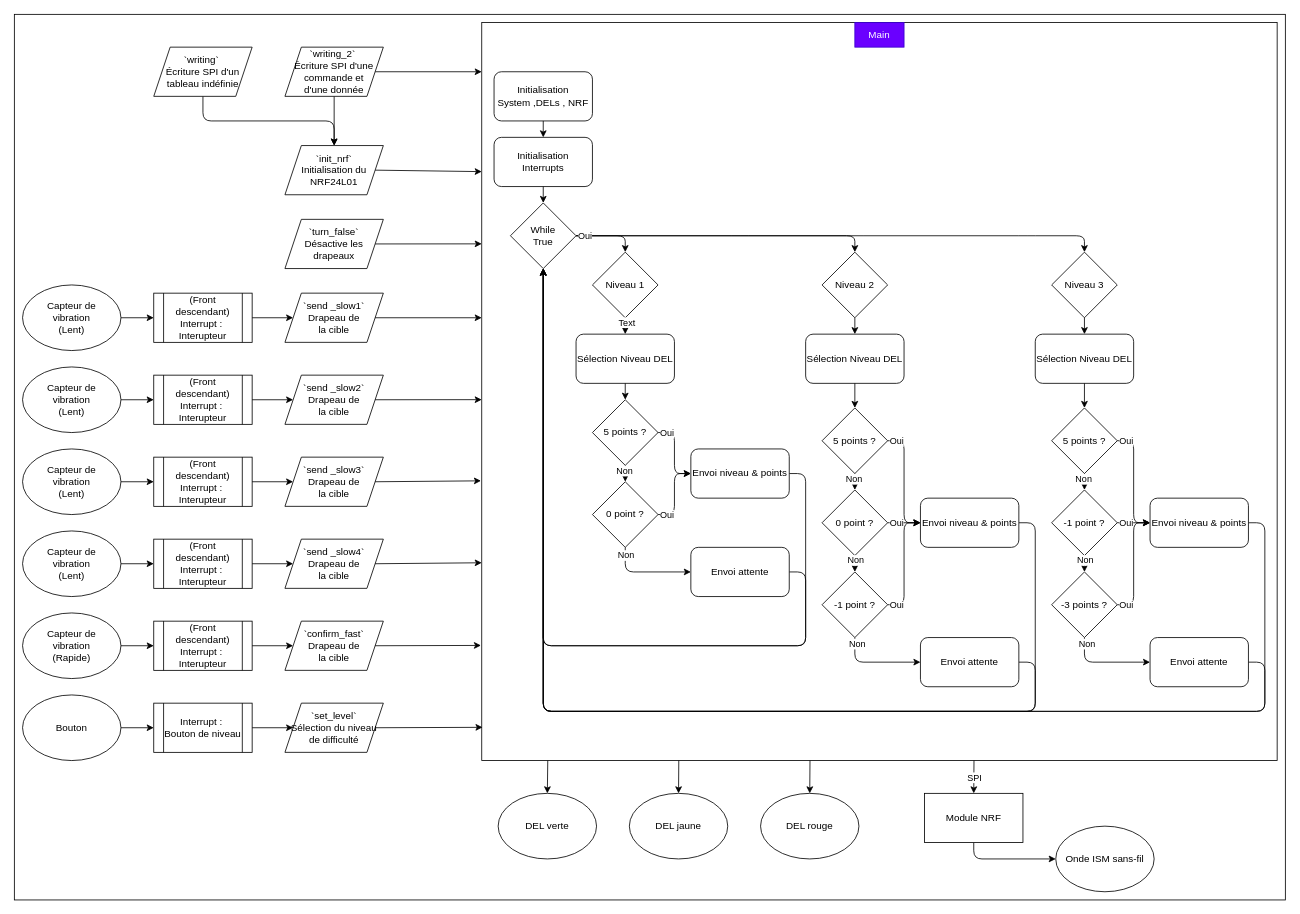
The draw.io diagram page "cible" (1 of 2) of Medias/programme.drawio in Sorl-Sintoural/CMaisonneuve---Projet-Final-2023, before the edit. Source tidied: cells renumbered, new cells numbered last; positions are measured from the earlier drawing's top-left corner, leaving out a move shared by most shapes. Both pictures are drawn from the tidied source at 82%, with x=0, y=0 at pixel (14, 14).
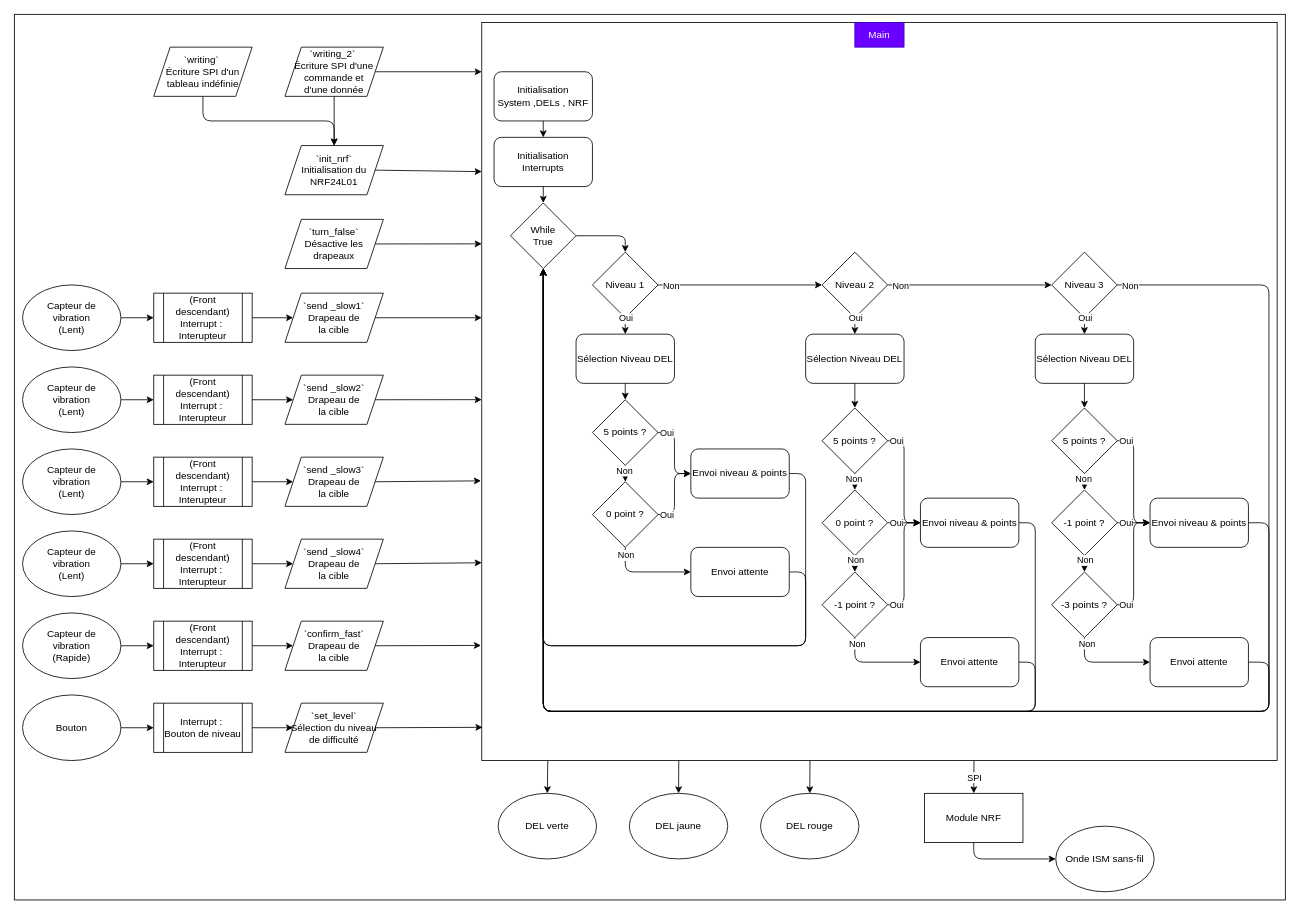
The same page after the edit.

The change refers to these unchanged cells:
```xml
<mxCell id="48" style="group;" parent="1" vertex="1">
  <mxGeometry x="570" y="10" width="970" height="900" as="geometry" />
</mxCell>
<mxCell id="53" value="While&lt;br&gt;True" style="rhombus;whiteSpace=wrap;html=1;rounded=0;shadow=0;glass=0;sketch=0;" parent="48" vertex="1">
  <mxGeometry x="35" y="220" width="80" height="80" as="geometry" />
</mxCell>
<mxCell id="54" value="Niveau 1" style="rhombus;whiteSpace=wrap;html=1;rounded=0;shadow=0;glass=0;sketch=0;" parent="48" vertex="1">
  <mxGeometry x="135" y="280" width="80" height="80" as="geometry" />
</mxCell>
<mxCell id="56" value="Niveau 2" style="rhombus;whiteSpace=wrap;html=1;rounded=0;shadow=0;glass=0;sketch=0;" parent="48" vertex="1">
  <mxGeometry x="415" y="280" width="80" height="80" as="geometry" />
</mxCell>
<mxCell id="58" value="Niveau 3" style="rhombus;whiteSpace=wrap;html=1;rounded=0;shadow=0;glass=0;sketch=0;" parent="48" vertex="1">
  <mxGeometry x="695" y="280" width="80" height="80" as="geometry" />
</mxCell>
<mxCell id="62" style="edgeStyle=none;html=1;exitX=0.5;exitY=1;exitDx=0;exitDy=0;entryX=0.5;entryY=0;entryDx=0;entryDy=0;" parent="48" edge="1" source="54" target="61">
  <mxGeometry relative="1" as="geometry" />
</mxCell>
<mxCell id="65" style="edgeStyle=none;html=1;exitX=0.5;exitY=1;exitDx=0;exitDy=0;entryX=0.5;entryY=0;entryDx=0;entryDy=0;" parent="48" edge="1" source="56" target="64">
  <mxGeometry relative="1" as="geometry" />
</mxCell>
<mxCell id="67" style="edgeStyle=none;html=1;exitX=0.5;exitY=1;exitDx=0;exitDy=0;entryX=0.5;entryY=0;entryDx=0;entryDy=0;" parent="48" edge="1" source="58" target="66">
  <mxGeometry relative="1" as="geometry" />
</mxCell>
<mxCell id="107" value="Envoi niveau &amp;amp; points" style="rounded=1;whiteSpace=wrap;html=1;shadow=0;glass=0;sketch=0;" parent="48" vertex="1">
  <mxGeometry x="815" y="580" width="120" height="60" as="geometry" />
</mxCell>
<mxCell id="117" value="Envoi attente" style="rounded=1;whiteSpace=wrap;html=1;shadow=0;glass=0;sketch=0;" parent="48" vertex="1">
  <mxGeometry x="815" y="750" width="120" height="60" as="geometry" />
</mxCell>
```

The edit, as a diff of the source:
```diff
@@
+    <mxCell id="154" style="edgeStyle=none;html=1;exitX=1;exitY=0.5;exitDx=0;exitDy=0;entryX=0;entryY=0.5;entryDx=0;entryDy=0;" parent="48" edge="1" source="54" target="56">
+      <mxGeometry relative="1" as="geometry" />
+    </mxCell>
+    <mxCell id="155" value="Non" style="edgeLabel;html=1;align=center;verticalAlign=middle;" parent="154" vertex="1">
+      <mxGeometry x="-0.76" relative="1" as="geometry">
+        <mxPoint x="-9" as="offset" />
+      </mxGeometry>
+    </mxCell>
@@
+    <mxCell id="156" style="edgeStyle=none;html=1;exitX=1;exitY=0.5;exitDx=0;exitDy=0;entryX=0;entryY=0.5;entryDx=0;entryDy=0;" parent="48" edge="1" source="56" target="58">
+      <mxGeometry relative="1" as="geometry" />
+    </mxCell>
+    <mxCell id="157" value="Non" style="edgeLabel;html=1;align=center;verticalAlign=middle;" parent="156" vertex="1">
+      <mxGeometry x="-0.75" y="-2" relative="1" as="geometry">
+        <mxPoint x="-10" y="-2" as="offset" />
+      </mxGeometry>
+    </mxCell>
@@
-    <mxCell id="57" style="edgeStyle=none;html=1;exitX=1;exitY=0.5;exitDx=0;exitDy=0;entryX=0.5;entryY=0;entryDx=0;entryDy=0;" parent="48" edge="1" source="53" target="56">
-      <mxGeometry relative="1" as="geometry">
-        <Array as="points">
-          <mxPoint x="315" y="260" />
-          <mxPoint x="455" y="260" />
-        </Array>
-      </mxGeometry>
-    </mxCell>
+    <mxCell id="158" style="edgeStyle=none;html=1;exitX=1;exitY=0.5;exitDx=0;exitDy=0;entryX=0.5;entryY=1;entryDx=0;entryDy=0;" parent="48" edge="1" source="58" target="53">
+      <mxGeometry relative="1" as="geometry">
+        <Array as="points">
+          <mxPoint x="960" y="320" />
+          <mxPoint x="960" y="840" />
+          <mxPoint x="75" y="840" />
+        </Array>
+      </mxGeometry>
+    </mxCell>
+    <mxCell id="159" value="Non" style="edgeLabel;html=1;align=center;verticalAlign=middle;" parent="158" vertex="1">
+      <mxGeometry x="-0.99" y="2" relative="1" as="geometry">
+        <mxPoint x="4" y="2" as="offset" />
+      </mxGeometry>
+    </mxCell>
@@
-    <mxCell id="59" style="edgeStyle=none;html=1;exitX=1;exitY=0.5;exitDx=0;exitDy=0;entryX=0.5;entryY=0;entryDx=0;entryDy=0;" parent="48" edge="1" source="53" target="58">
-      <mxGeometry relative="1" as="geometry">
-        <Array as="points">
-          <mxPoint x="455" y="260" />
-          <mxPoint x="665" y="260" />
-          <mxPoint x="735" y="260" />
-        </Array>
-      </mxGeometry>
-    </mxCell>
-    <mxCell id="60" value="Oui" style="edgeLabel;html=1;align=center;verticalAlign=middle;" parent="59" vertex="1">
-      <mxGeometry x="-0.97" y="2" relative="1" as="geometry">
-        <mxPoint y="2" as="offset" />
-      </mxGeometry>
-    </mxCell>
@@
-    <mxCell id="63" value="Text" style="edgeLabel;html=1;align=center;verticalAlign=middle;" parent="62" vertex="1">
-      <mxGeometry x="-0.47" y="1" relative="1" as="geometry" />
+    <mxCell id="63" value="Oui" style="edgeLabel;html=1;align=center;verticalAlign=middle;" parent="62" vertex="1">
+      <mxGeometry x="-0.47" y="1" relative="1" as="geometry">
+        <mxPoint x="-1" y="-5" as="offset" />
+      </mxGeometry>
     </mxCell>
@@
+    <mxCell id="160" value="Oui" style="edgeLabel;html=1;align=center;verticalAlign=middle;" parent="65" vertex="1">
+      <mxGeometry x="-0.85" y="1" relative="1" as="geometry">
+        <mxPoint x="-1" y="-2" as="offset" />
+      </mxGeometry>
+    </mxCell>
@@
+    <mxCell id="161" value="Oui" style="edgeLabel;html=1;align=center;verticalAlign=middle;" parent="67" vertex="1">
+      <mxGeometry x="-0.59" y="-2" relative="1" as="geometry">
+        <mxPoint x="2" y="-4" as="offset" />
+      </mxGeometry>
+    </mxCell>
@@
     <mxCell id="106" style="edgeStyle=none;html=1;exitX=1;exitY=0.5;exitDx=0;exitDy=0;entryX=0.5;entryY=1;entryDx=0;entryDy=0;" parent="48" edge="1" source="107" target="53">
       <mxGeometry relative="1" as="geometry">
         <Array as="points">
-          <mxPoint x="955" y="610" />
-          <mxPoint x="955" y="840" />
+          <mxPoint x="960" y="610" />
+          <mxPoint x="960" y="840" />
           <mxPoint x="75" y="840" />
         </Array>
       </mxGeometry>
     </mxCell>
@@
     <mxCell id="116" style="edgeStyle=none;html=1;exitX=1;exitY=0.5;exitDx=0;exitDy=0;entryX=0.5;entryY=1;entryDx=0;entryDy=0;" parent="48" edge="1" source="117" target="53">
       <mxGeometry relative="1" as="geometry">
         <Array as="points">
-          <mxPoint x="955" y="780" />
-          <mxPoint x="955" y="840" />
+          <mxPoint x="960" y="780" />
+          <mxPoint x="960" y="840" />
           <mxPoint x="75" y="840" />
         </Array>
       </mxGeometry>
     </mxCell>
```
